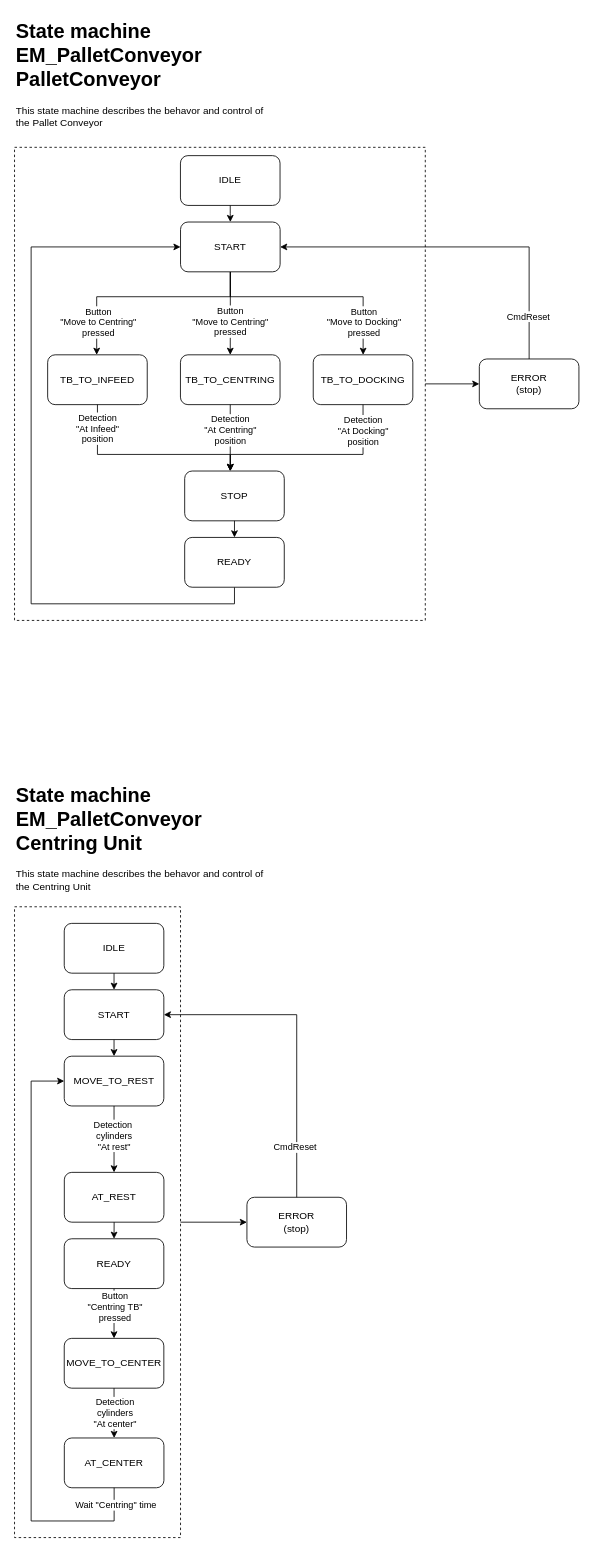
This is page "EM_PalletConveyor" (5 of 6) of Documentation/StateMachine and Sequence Diagrams.drawio from KMWE/KMWE_CleanroomConnect, a draw.io file, before an edit. Source tidied: cells renumbered, new cells numbered last; positions are measured from the earlier drawing's top-left corner, leaving out a move shared by most shapes. Both pictures are drawn from the tidied source at 83%, with x=0, y=0 at pixel (14, 14).
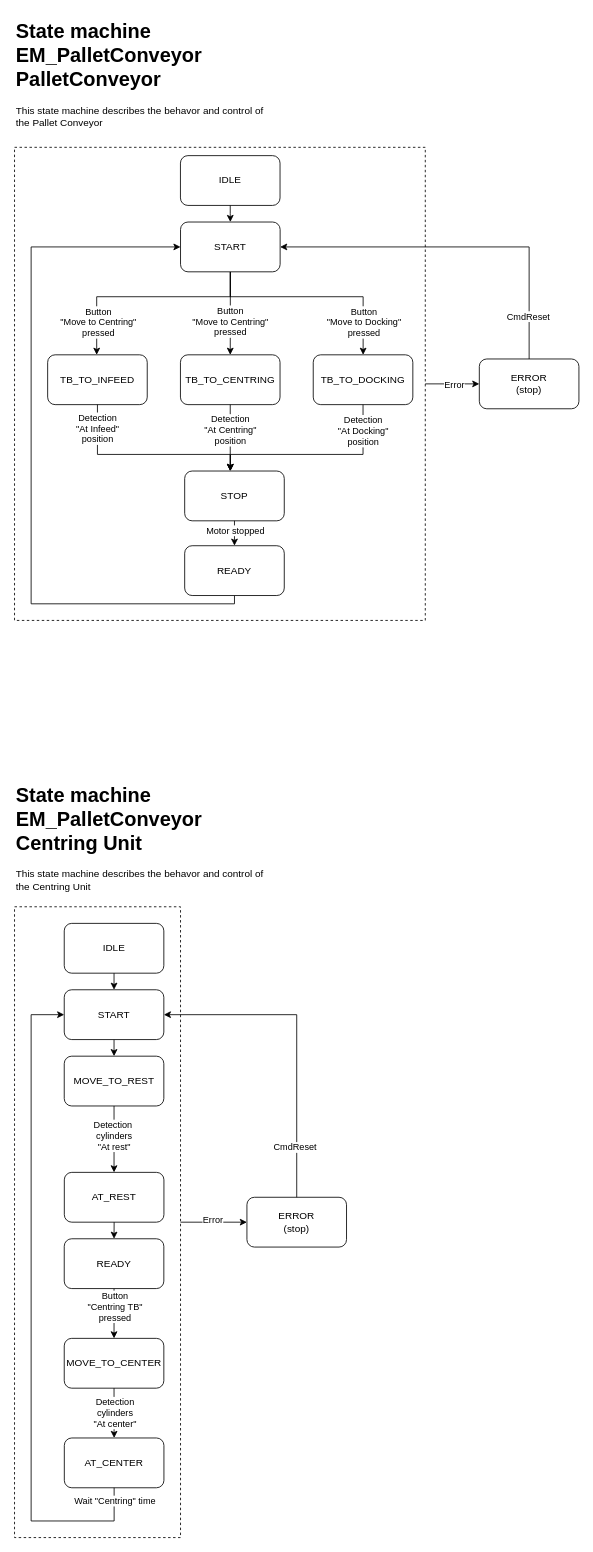
After the change.

The change refers to these unchanged cells:
```xml
<mxCell id="11" style="endArrow=classic;html=1;rounded=0;edgeStyle=orthogonalEdgeStyle;entryX=0;entryY=0.5;entryDx=0;entryDy=0;" parent="1" edge="1" source="3" target="8">
  <mxGeometry relative="1" as="geometry" />
</mxCell>
<mxCell id="30" value="MOVE_TO_REST" style="rounded=1;whiteSpace=wrap;html=1;" parent="1" vertex="1">
  <mxGeometry x="59.9" y="1255" width="120" height="60" as="geometry" />
</mxCell>
<mxCell id="36" value="AT_CENTER" style="rounded=1;whiteSpace=wrap;html=1;" parent="1" vertex="1">
  <mxGeometry x="60" y="1715" width="120" height="60" as="geometry" />
</mxCell>
<mxCell id="45" style="endArrow=classic;html=1;rounded=0;entryX=0;entryY=0.5;entryDx=0;entryDy=0;exitX=1;exitY=0.5;exitDx=0;exitDy=0;edgeStyle=orthogonalEdgeStyle;" parent="1" edge="1" source="2" target="29">
  <mxGeometry relative="1" as="geometry" />
</mxCell>
<mxCell id="49" style="endArrow=classic;html=1;rounded=0;edgeStyle=orthogonalEdgeStyle;exitX=0.5;exitY=1;exitDx=0;exitDy=0;entryX=0.5;entryY=0;entryDx=0;entryDy=0;" parent="1" edge="1" source="6" target="48">
  <mxGeometry relative="1" as="geometry" />
</mxCell>
<mxCell id="50" value="START" style="rounded=1;whiteSpace=wrap;html=1;" parent="1" vertex="1">
  <mxGeometry x="59.9" y="1175" width="120" height="60" as="geometry" />
</mxCell>
```

Change to the diagram source:
```diff
@@
+    <mxCell id="54" value="Error" style="edgeLabel;html=1;align=center;verticalAlign=middle;" parent="11" vertex="1">
+      <mxGeometry x="-0.32" y="2" relative="1" as="geometry">
+        <mxPoint x="13" y="2" as="offset" />
+      </mxGeometry>
+    </mxCell>
@@
-    <mxCell id="41" style="endArrow=classic;html=1;rounded=0;edgeStyle=orthogonalEdgeStyle;entryX=0;entryY=0.5;entryDx=0;entryDy=0;exitX=0.5;exitY=1;exitDx=0;exitDy=0;" parent="1" edge="1" source="36" target="30">
+    <mxCell id="41" style="endArrow=classic;html=1;rounded=0;edgeStyle=orthogonalEdgeStyle;entryX=0;entryY=0.5;entryDx=0;entryDy=0;exitX=0.5;exitY=1;exitDx=0;exitDy=0;" parent="1" edge="1" source="36" target="50">
       <mxGeometry relative="1" as="geometry">
         <Array as="points">
           <mxPoint x="120" y="1815" />
           <mxPoint x="20" y="1815" />
-          <mxPoint x="20" y="1285" />
+          <mxPoint x="20" y="1205" />
         </Array>
       </mxGeometry>
     </mxCell>
     <mxCell id="42" value="Wait &quot;Centring&quot; time" style="edgeLabel;html=1;align=center;verticalAlign=middle;" parent="41" vertex="1">
       <mxGeometry x="-0.61" relative="1" as="geometry">
-        <mxPoint x="99" y="-20" as="offset" />
+        <mxPoint x="100" y="-11" as="offset" />
       </mxGeometry>
     </mxCell>
@@
+    <mxCell id="55" value="Error" style="edgeLabel;html=1;align=center;verticalAlign=middle;" parent="45" vertex="1">
+      <mxGeometry x="-0.05" y="3" relative="1" as="geometry" />
+    </mxCell>
@@
     <mxCell id="48" value="READY" style="rounded=1;whiteSpace=wrap;html=1;" parent="1" vertex="1">
-      <mxGeometry x="205" y="630" width="120" height="60" as="geometry" />
+      <mxGeometry x="205" y="640" width="120" height="60" as="geometry" />
     </mxCell>
@@
+    <mxCell id="56" value="Motor stopped" style="edgeLabel;html=1;align=center;verticalAlign=middle;" parent="49" vertex="1">
+      <mxGeometry x="-0.3" relative="1" as="geometry" />
+    </mxCell>
```
